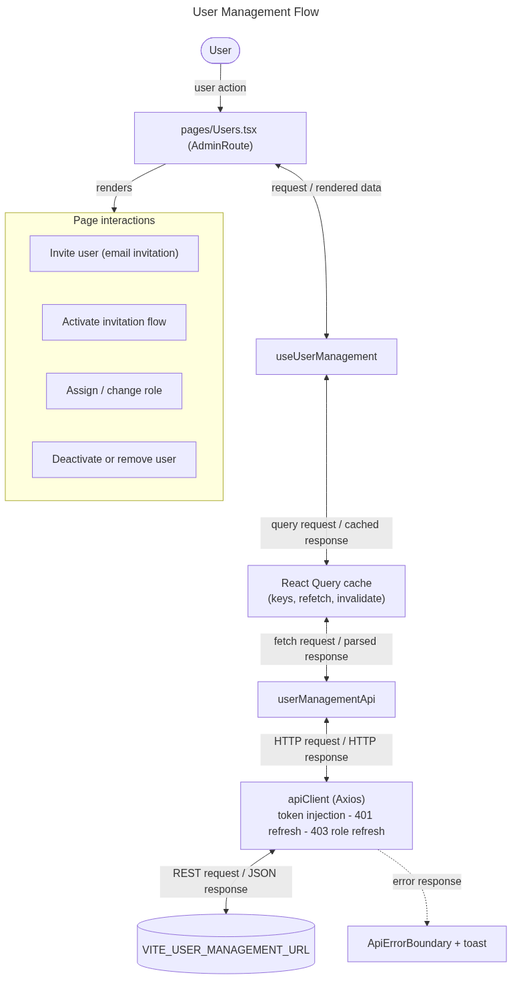
sayeeduddinofficial/user-table-view keeps this Mermaid diagram as docs/flowcharts/png/users-roles.png. Above is the earlier version. Its source is kept beside it as docs/flowcharts/users-roles.mmd.
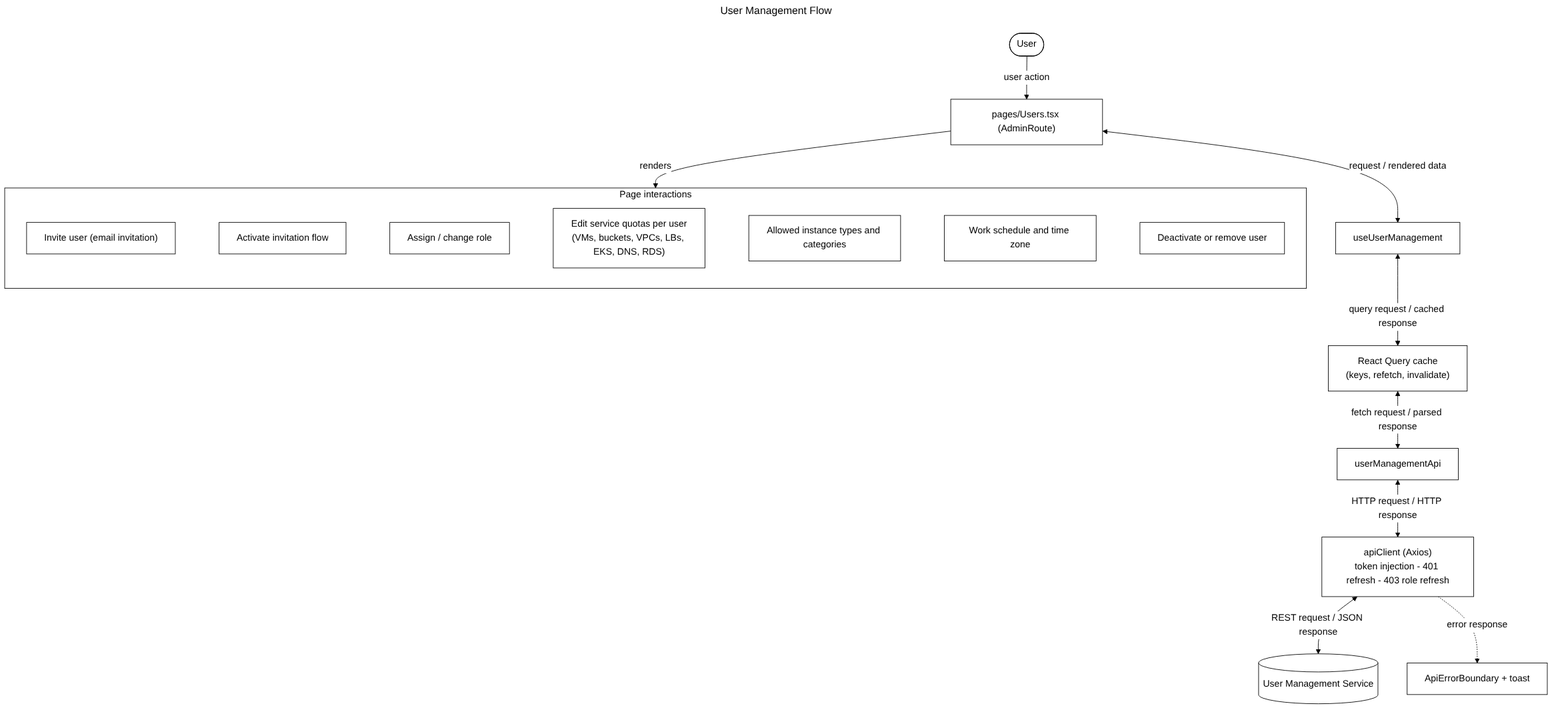
After the commit.

Change to the diagram source:
```diff
@@ -7,12 +7,17 @@
   H <-->|"query request / cached response"| Q["React Query cache<br/>(keys, refetch, invalidate)"]
   Q <-->|"fetch request / parsed response"| A["userManagementApi"]
   A <-->|"HTTP request / HTTP response"| C["apiClient (Axios)<br/>token injection - 401 refresh - 403 role refresh"]
-  C <-->|"REST request / JSON response"| S[("VITE_USER_MANAGEMENT_URL")]
+  C <-->|"REST request / JSON response"| S[("User Management Service")]
   P -->|"renders"| UI
   subgraph UI[Page interactions]
+    direction LR
     S0["Invite user (email invitation)"]
     S1["Activate invitation flow"]
     S2["Assign / change role"]
-    S3["Deactivate or remove user"]
+    S3["Edit service quotas per user<br/>(VMs, buckets, VPCs, LBs, EKS, DNS, RDS)"]
+    S4["Allowed instance types and categories"]
+    S5["Work schedule and time zone"]
+    S6["Deactivate or remove user"]
+    S0 ~~~ S1 ~~~ S2 ~~~ S3 ~~~ S4 ~~~ S5 ~~~ S6
   end
   C -. "error response" .-> E["ApiErrorBoundary + toast"]
```
